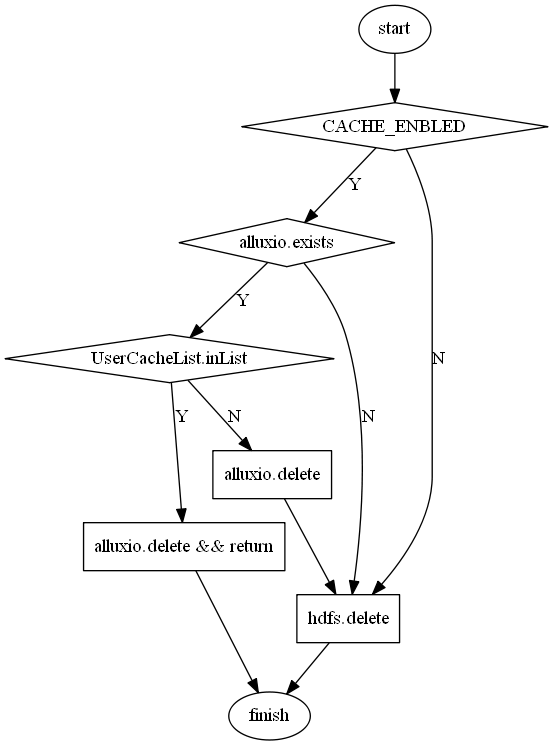
Jason0812/doc keeps this Graphviz diagram as alluxio/flow/create.png. Above is the earlier version. Its source is kept beside it as alluxio/flow/create.dot. Its diagram source:
```dot
digraph create{
	CACHE_ENBLED[shape=diamond];
	start[shape=ellipse];
	isExistInAlluxio[shape=diamond, label="alluxio.exists"];
	inList[shape = diamond, label = "UserCacheList.inList"];
	finish[shape=ellipse];
	delete[shape = box, label = "alluxio.delete"];
	aCreate[shape = box, label = "alluxio.create"];
	hCreate[shape = box, label = "hdfs.create"];
	isRecursive[shape = diamond, lable= "isRecursive"];
	exception[shape = box, label = "throw exception"];
	isDirectory[shape = diamond, label = "isDirectory"]
	start -> CACHE_ENBLED;
	CACHE_ENBLED -> inList[label = "Y"];
	inList -> isExistInAlluxio[label = "Y"];
	CACHE_ENBLED -> hCreate[label = "N"];
	inList -> hCreate[label = "N"];
	isExistInAlluxio -> aCreate[label = "N"];
	isExistInAlluxio -> isRecursive[label = "Y"];
	isRecursive -> exception[label = "N"];
	isRecursive -> isDirectory[label = "Y"];
	isDirectory -> exception[label = "Y"];
	isDirectory -> delete[label = "N"];
	delete -> aCreate;
	aCreate -> finish;
	hCreate -> finish;
}
```
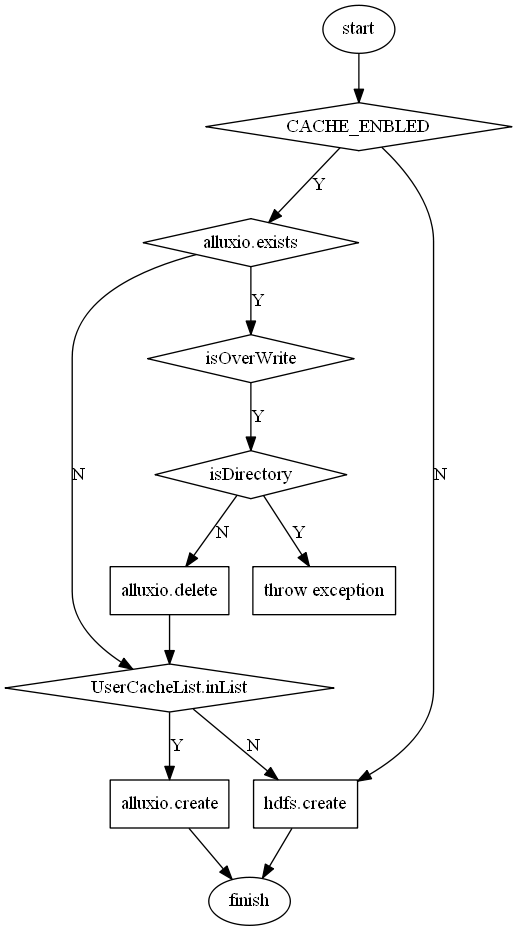
The same diagram one commit later.

What changed in the source:
```diff
@@ -7,21 +7,20 @@
 	delete[shape = box, label = "alluxio.delete"];
 	aCreate[shape = box, label = "alluxio.create"];
 	hCreate[shape = box, label = "hdfs.create"];
-	isRecursive[shape = diamond, lable= "isRecursive"];
+	isOverWrite[shape = diamond, lable= "isOverWrite"];
 	exception[shape = box, label = "throw exception"];
 	isDirectory[shape = diamond, label = "isDirectory"]
 	start -> CACHE_ENBLED;
-	CACHE_ENBLED -> inList[label = "Y"];
-	inList -> isExistInAlluxio[label = "Y"];
+	CACHE_ENBLED -> isExistInAlluxio[label = "Y"];
 	CACHE_ENBLED -> hCreate[label = "N"];
+	isExistInAlluxio -> inList [label = "N"];
+	inList -> aCreate[label = "Y"];
+	isExistInAlluxio -> isOverWrite [label = "Y"];
+	isOverWrite -> isDirectory [label = "Y"];
+	isDirectory -> delete[label = "N"];
+	isDirectory -> exception[label = "Y"];
+	delete -> inList;
 	inList -> hCreate[label = "N"];
-	isExistInAlluxio -> aCreate[label = "N"];
-	isExistInAlluxio -> isRecursive[label = "Y"];
-	isRecursive -> exception[label = "N"];
-	isRecursive -> isDirectory[label = "Y"];
-	isDirectory -> exception[label = "Y"];
-	isDirectory -> delete[label = "N"];
-	delete -> aCreate;
 	aCreate -> finish;
 	hCreate -> finish;
 }
```
